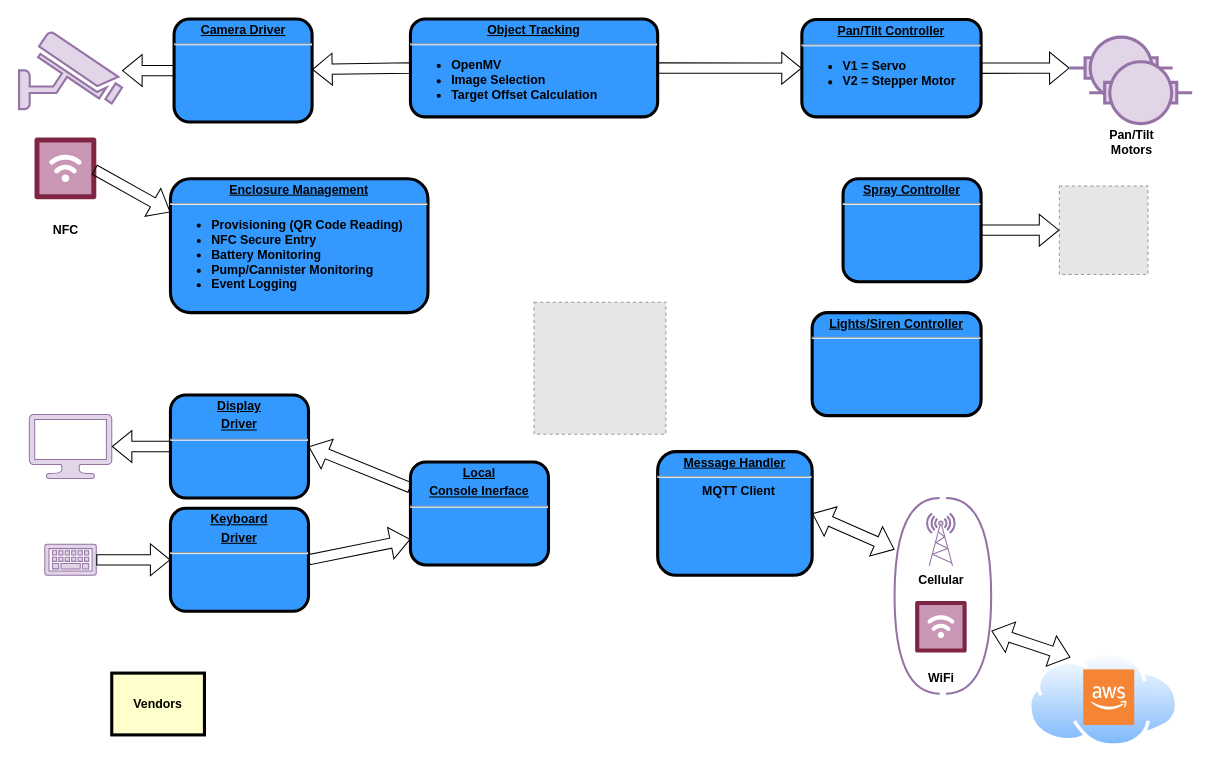
Above: firmware_block_diagram.drawio in kafolske/th_docs (draw.io), before the change. Source tidied: cells renumbered, new cells numbered last; positions are measured from the earlier drawing's top-left corner, leaving out a move shared by most shapes. Both pictures are drawn from the tidied source at 103%, with x=0, y=0 at pixel (19, 19). Pictures stored in the file or linked from it are replaced by grey dashed boxes.
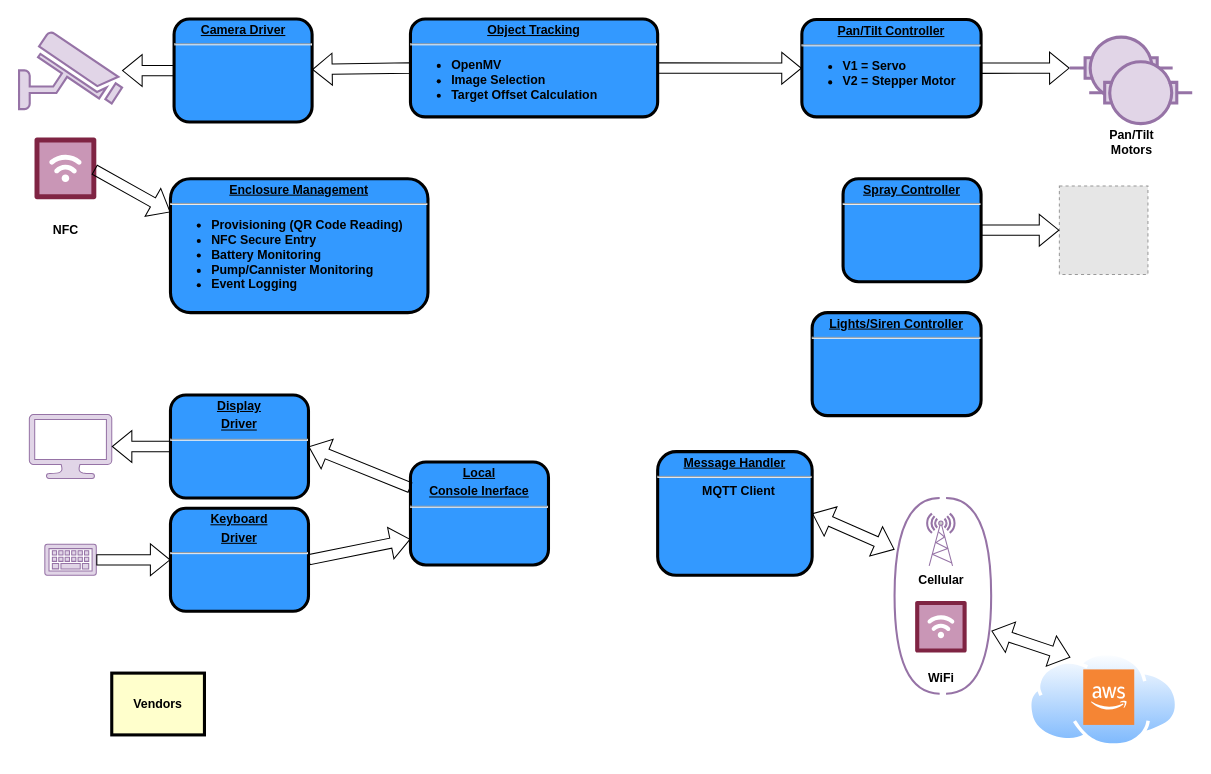
After the change.

Change to the diagram source:
```diff
@@
-    <mxCell id="43" style="fillColor=#E6E6E6;strokeColor=#999999;dashed=1;html=1;verticalAlign=top;verticalLabelPosition=bottom;labelBackgroundColor=#ffffff;" parent="1" vertex="1">
-      <mxGeometry x="500" y="275" width="128" height="128" as="geometry" />
-    </mxCell>
```
